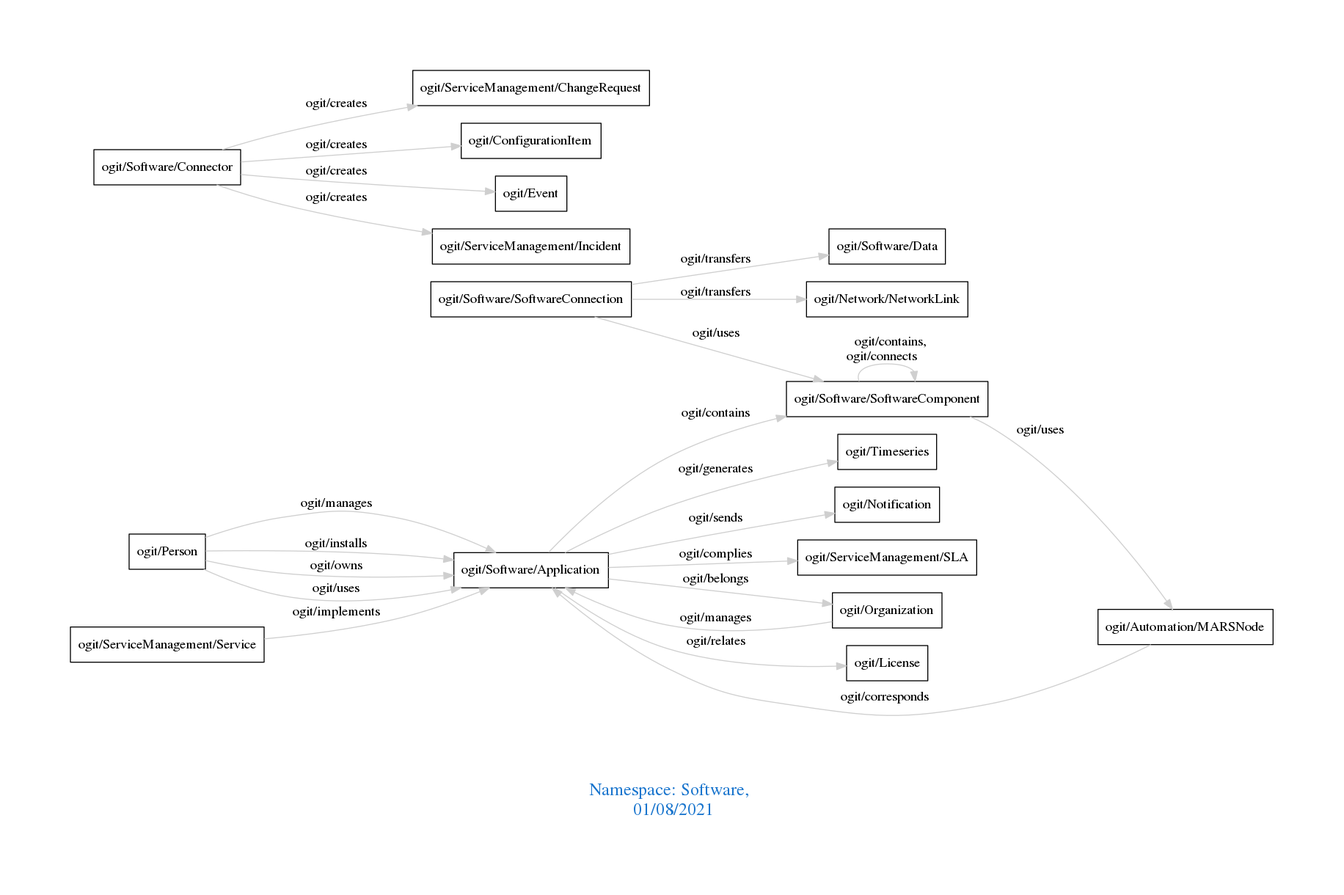
Before: downloads/Software.png, a diagram exported from Graphviz (arago/OGIT). Its source is kept beside it as downloads/Software.dot.
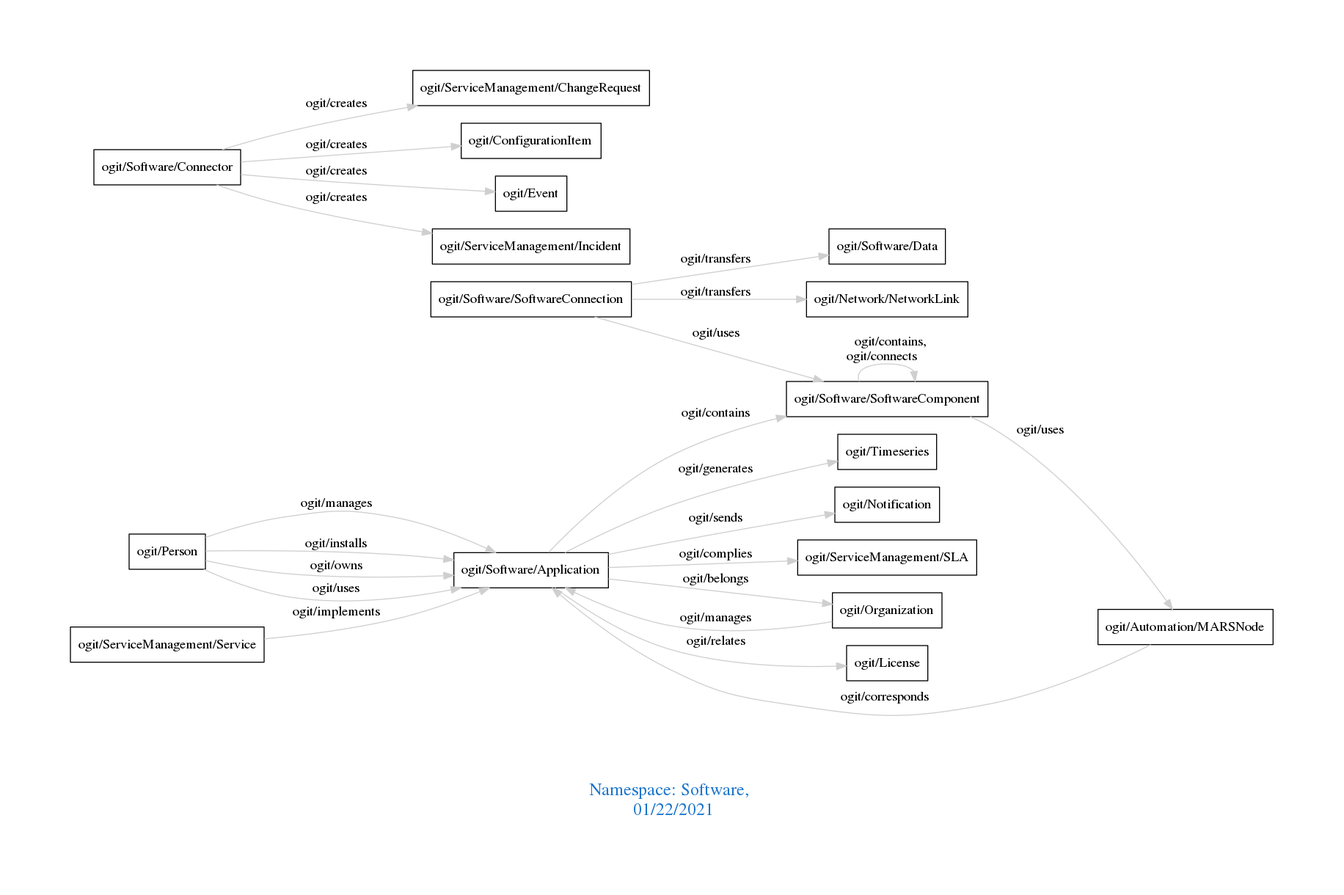
The same file after the commit.

Change to the diagram source:
```diff
@@ -1,7 +1,7 @@
 digraph OGIT_ontology {
  graph [ rankdir= LR,pad=1
 fontsize = 18,
-fontcolor= dodgerblue3,label = "\n\n\nNamespace: Software, \n 01/08/2021"];
+fontcolor= dodgerblue3,label = "\n\n\nNamespace: Software, \n 01/22/2021"];
 node[shape=polygon];
 edge [  color="gray81"];
 
```
